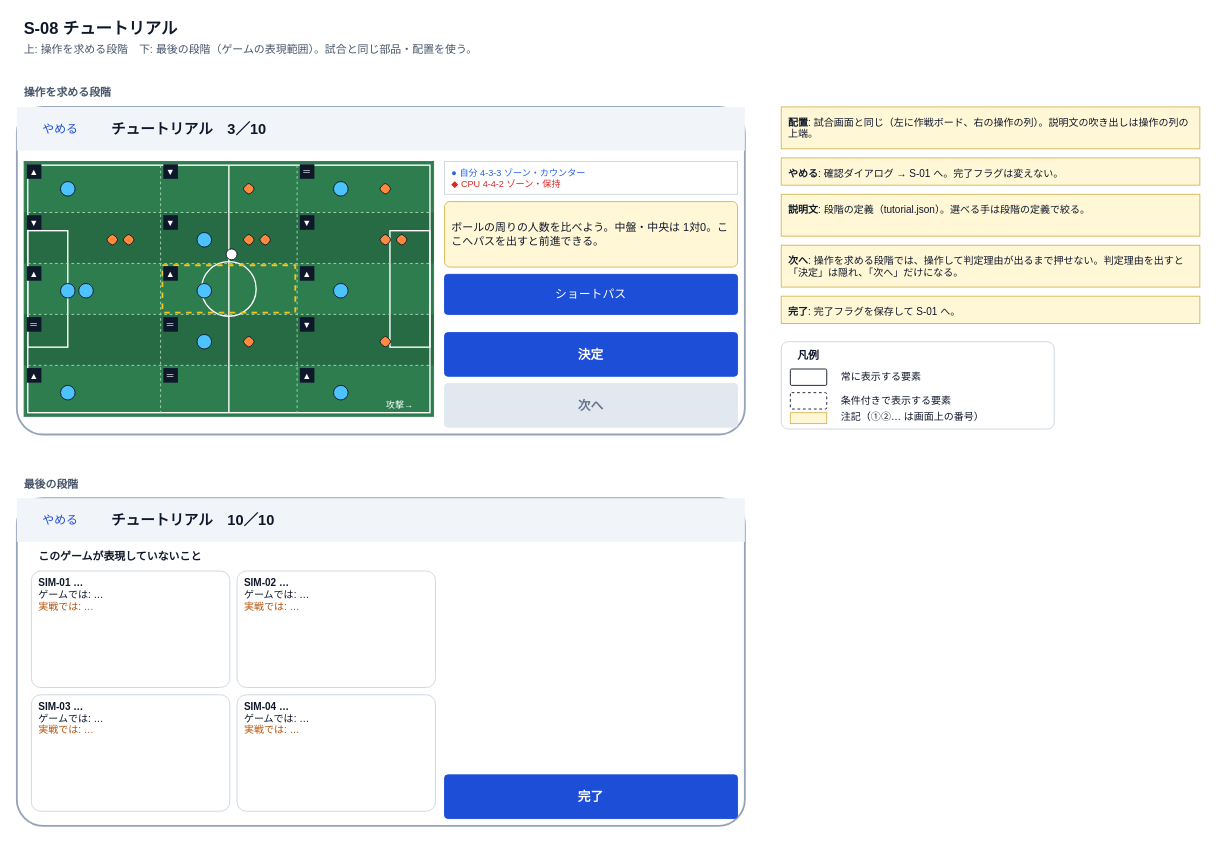
This is page "wireframe-s08-tutorial" (8 of 12) of docs/specs/2_basic-design/wireframes.drawio from n-yata/soccer-sim, a draw.io file, before an edit. Source tidied: cells renumbered, new cells numbered last; positions are measured from the earlier drawing's top-left corner, leaving out a move shared by most shapes. Both pictures are drawn from the tidied source at 91%, with x=0, y=0 at pixel (16, 15).
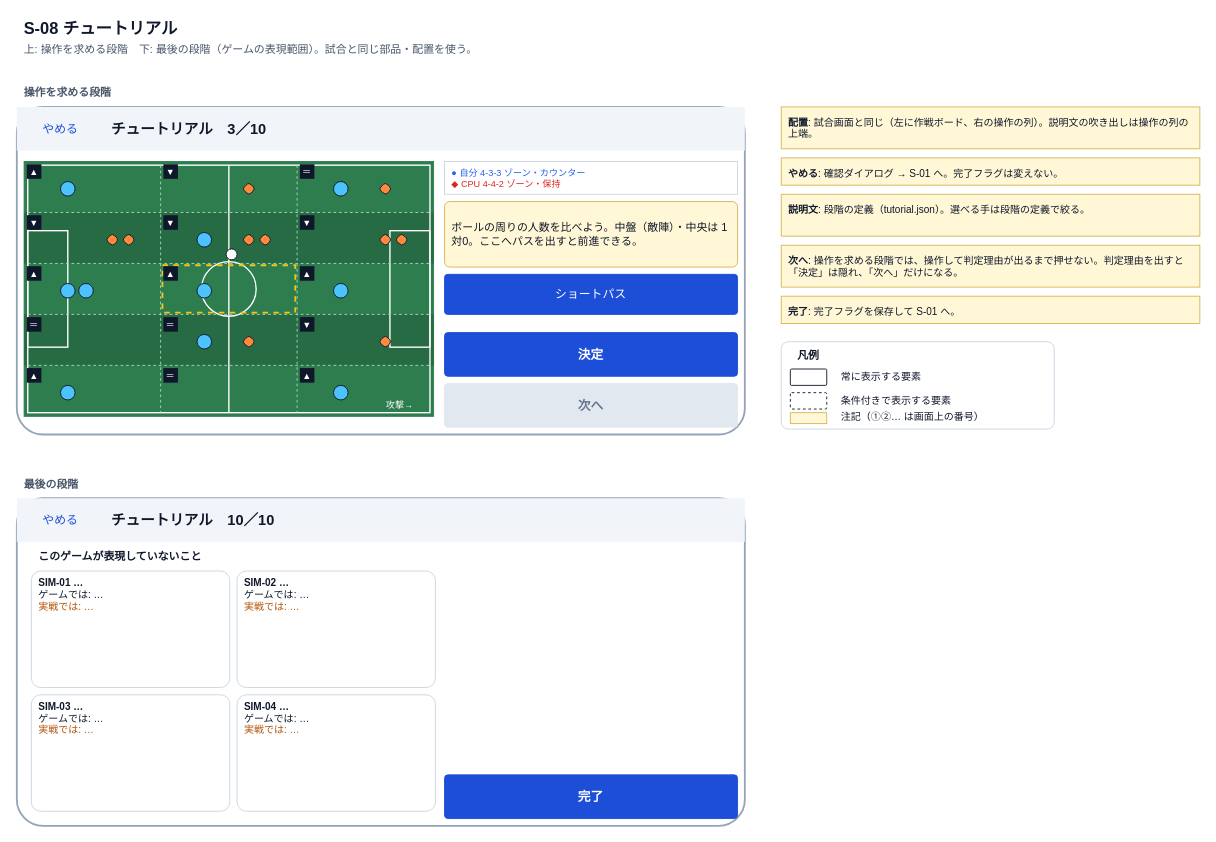
After the change.

Diff of the diagram source:
```diff
@@
-    <mxCell id="62" value="ボールの周りの人数を比べよう。中盤・中央は 1対0。ここへパスを出すと前進できる。" style="rounded=1;arcSize=8;whiteSpace=wrap;html=1;fillColor=#FFF7D6;strokeColor=#D6B656;fontSize=12;fontColor=#0F172A;align=left;verticalAlign=middle;spacingLeft=6;spacingRight=6;" parent="1" vertex="1">
+    <mxCell id="62" value="ボールの周りの人数を比べよう。中盤（敵陣）・中央は 1対0。ここへパスを出すと前進できる。" style="rounded=1;arcSize=8;whiteSpace=wrap;html=1;fillColor=#FFF7D6;strokeColor=#D6B656;fontSize=12;fontColor=#0F172A;align=left;verticalAlign=middle;spacingLeft=6;spacingRight=6;" parent="1" vertex="1">
       <mxGeometry x="470" y="204" width="322" height="72" as="geometry" />
     </mxCell>
```
